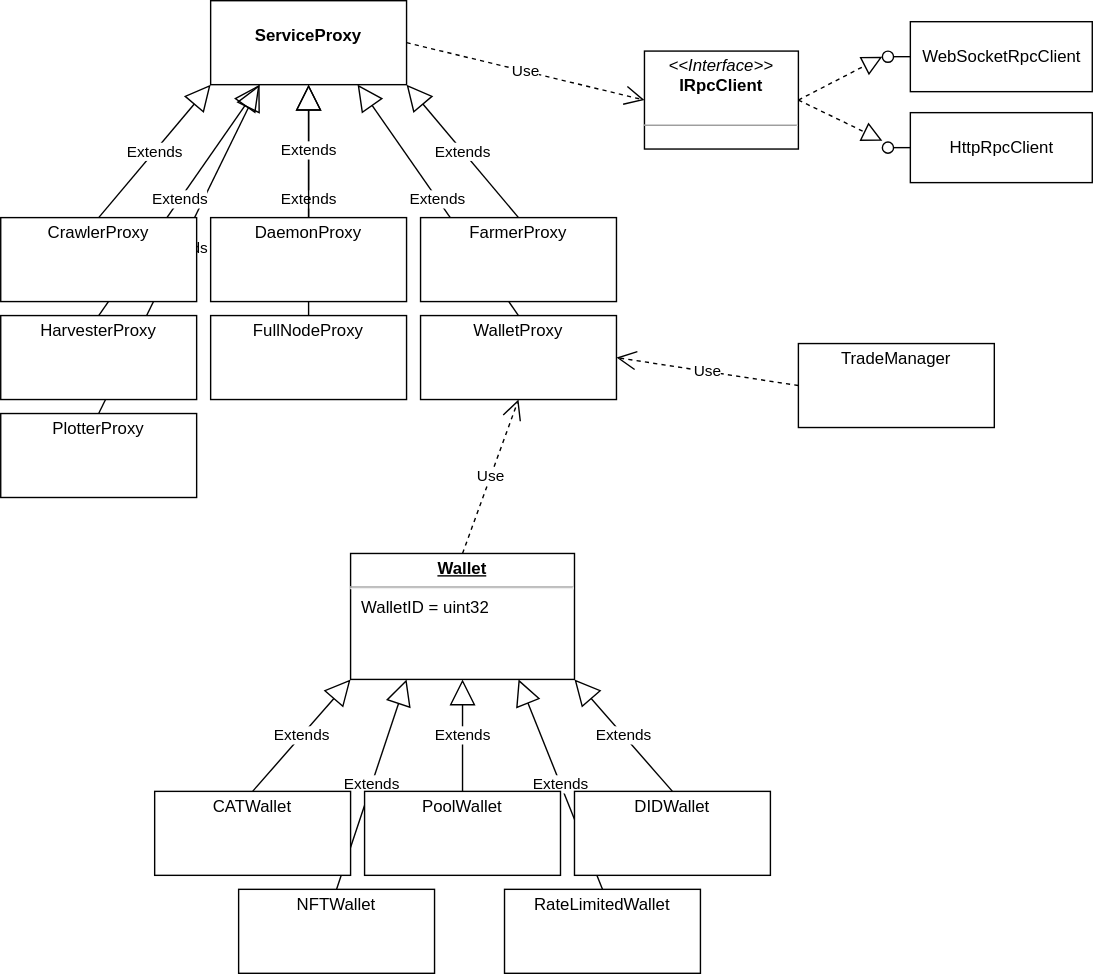
The draw.io diagram src/docfx/images/uml.svg in dkackman/chia-dotnet, before a commit. Source tidied: cells renumbered, new cells last; positions are measured from the earlier drawing's top-left corner, leaving out a move shared by most shapes.
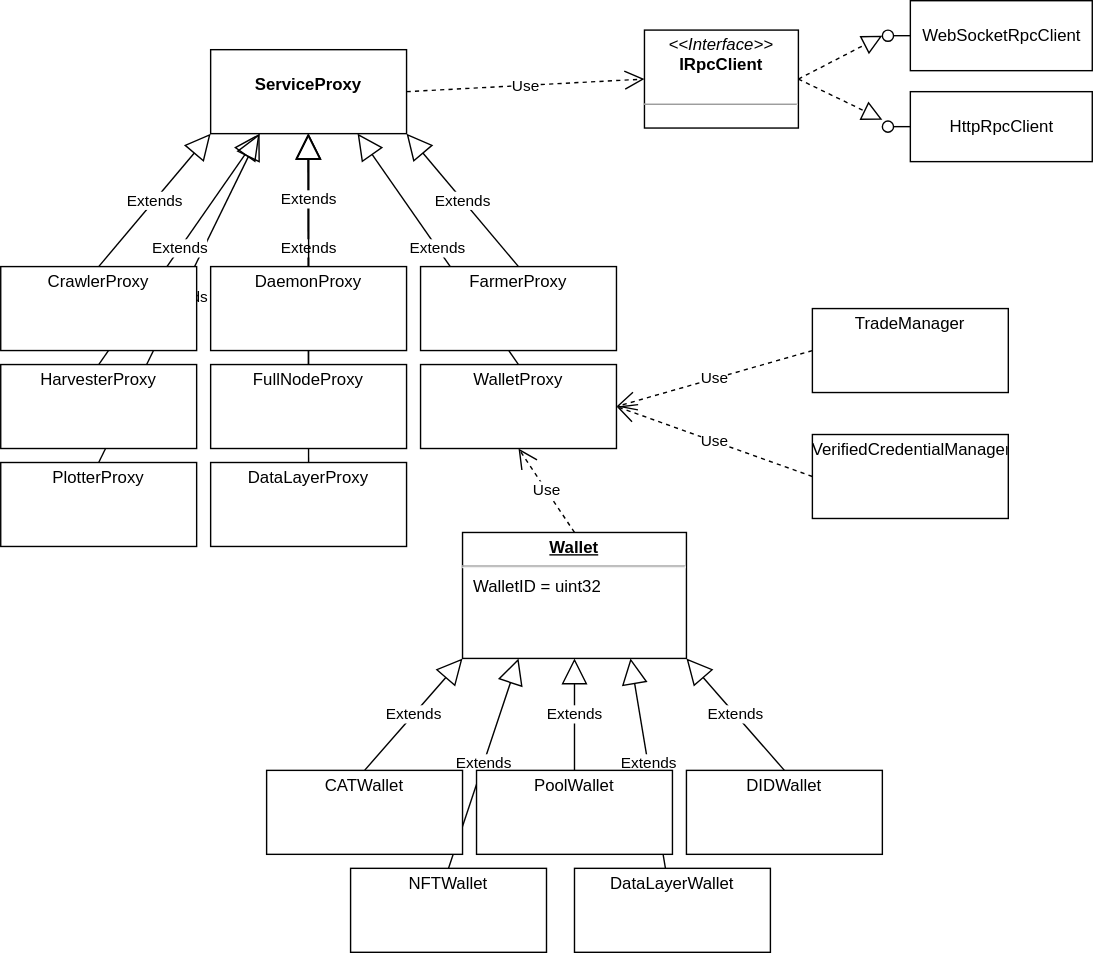
Above is the later version.

Commit message:
update uml diagram

What changed in the source:
```diff
@@ -2,9 +2,14 @@
   <root>
     <mxCell id="0" />
     <mxCell id="1" parent="0" />
-    <mxCell id="2" value="Extends" style="endArrow=block;endSize=16;endFill=0;html=1;exitX=0.5;exitY=0;exitDx=0;exitDy=0;entryX=0.75;entryY=1;entryDx=0;entryDy=0;" parent="1" edge="1" source="39" target="30">
-      <mxGeometry relative="1" as="geometry" />
-    </mxCell>
+    <mxCell id="41" value="Extends" style="endArrow=block;endSize=16;endFill=0;html=1;entryX=0.75;entryY=1;entryDx=0;entryDy=0;" parent="1" edge="1" source="44" target="30">
+      <mxGeometry relative="1" as="geometry" />
+    </mxCell>
+    <mxCell id="42" value="Extends" style="endArrow=block;endSize=16;endFill=0;html=1;exitX=0.5;exitY=0;exitDx=0;exitDy=0;entryX=0.5;entryY=1;entryDx=0;entryDy=0;" parent="1" edge="1" source="43">
+      <mxGeometry relative="1" as="geometry">
+        <mxPoint x="219.5" y="60" as="targetPoint" />
+      </mxGeometry>
+    </mxCell>
     <mxCell id="3" value="Extends" style="endArrow=block;endSize=16;endFill=0;html=1;exitX=0.5;exitY=0;exitDx=0;exitDy=0;entryX=0.25;entryY=1;entryDx=0;entryDy=0;" parent="1" edge="1" source="40" target="30">
       <mxGeometry relative="1" as="geometry" />
     </mxCell>
@@ -24,38 +29,38 @@
       <mxGeometry x="150" width="140" height="60" as="geometry" />
     </mxCell>
     <mxCell id="9" value="&lt;p style=&quot;margin: 0px ; margin-top: 4px ; text-align: center&quot;&gt;&lt;i&gt;&amp;lt;&amp;lt;Interface&amp;gt;&amp;gt;&lt;/i&gt;&lt;br&gt;&lt;b&gt;IRpcClient&lt;/b&gt;&lt;/p&gt;&lt;br&gt;&lt;hr size=&quot;1&quot;&gt;&lt;p style=&quot;margin: 0px ; margin-left: 4px&quot;&gt;&lt;br&gt;&lt;/p&gt;" style="verticalAlign=top;align=left;overflow=fill;fontSize=12;fontFamily=Helvetica;html=1;" parent="1" vertex="1">
-      <mxGeometry x="460" y="36" width="110" height="70" as="geometry" />
+      <mxGeometry x="460" y="-14" width="110" height="70" as="geometry" />
     </mxCell>
     <mxCell id="10" value="Use" style="endArrow=open;endSize=12;dashed=1;html=1;entryX=0;entryY=0.5;entryDx=0;entryDy=0;exitX=1;exitY=0.5;exitDx=0;exitDy=0;" parent="1" edge="1" source="8" target="9">
       <mxGeometry relative="1" as="geometry" />
     </mxCell>
     <mxCell id="11" style="endArrow=block;dashed=1;endFill=0;endSize=12;html=1;exitX=1;exitY=0.5;exitDx=0;exitDy=0;entryX=0;entryY=0.5;entryDx=0;entryDy=0;" parent="1" edge="1" source="9">
       <mxGeometry relative="1" as="geometry">
-        <mxPoint x="630" y="40" as="targetPoint" />
+        <mxPoint x="630" y="-10" as="targetPoint" />
       </mxGeometry>
     </mxCell>
     <mxCell id="12" style="endArrow=block;dashed=1;endFill=0;endSize=12;html=1;exitX=1;exitY=0.5;exitDx=0;exitDy=0;" parent="1" edge="1" source="9">
       <mxGeometry relative="1" as="geometry">
-        <mxPoint x="630" y="100" as="targetPoint" />
+        <mxPoint x="630" y="50" as="targetPoint" />
       </mxGeometry>
     </mxCell>
     <mxCell id="13" value="WebSocketRpcClient" style="html=1;rounded=0;" parent="1" vertex="1">
-      <mxGeometry x="650" y="15" width="130" height="50" as="geometry" />
+      <mxGeometry x="650" y="-35" width="130" height="50" as="geometry" />
     </mxCell>
     <mxCell id="14" style="endArrow=none;html=1;rounded=0;align=center;verticalAlign=top;endFill=0;labelBackgroundColor=none;endSize=2;" parent="1" edge="1" source="13" target="15">
       <mxGeometry relative="1" as="geometry" />
     </mxCell>
     <mxCell id="15" style="ellipse;html=1;fontSize=11;align=center;fillColor=none;points=[];verticalAlign=bottom;labelPosition=center;verticalLabelPosition=top;flipH=1;" parent="1" vertex="1">
-      <mxGeometry x="630" y="36" width="8" height="8" as="geometry" />
+      <mxGeometry x="630" y="-14" width="8" height="8" as="geometry" />
     </mxCell>
     <mxCell id="16" value="HttpRpcClient" style="html=1;rounded=0;" parent="1" vertex="1">
-      <mxGeometry x="650" y="80" width="130" height="50" as="geometry" />
+      <mxGeometry x="650" y="30" width="130" height="50" as="geometry" />
     </mxCell>
     <mxCell id="17" style="endArrow=none;html=1;rounded=0;align=center;verticalAlign=top;endFill=0;labelBackgroundColor=none;endSize=2;" parent="1" edge="1" source="16" target="18">
       <mxGeometry relative="1" as="geometry" />
     </mxCell>
     <mxCell id="18" style="ellipse;html=1;fontSize=11;align=center;fillColor=none;points=[];verticalAlign=bottom;labelPosition=center;verticalLabelPosition=top;flipH=1;" parent="1" vertex="1">
-      <mxGeometry x="630" y="101" width="8" height="8" as="geometry" />
+      <mxGeometry x="630" y="51" width="8" height="8" as="geometry" />
     </mxCell>
     <mxCell id="19" value="&lt;p style=&quot;margin: 0px ; margin-top: 4px ; text-align: center&quot;&gt;CrawlerProxy&lt;/p&gt;" style="verticalAlign=top;align=left;overflow=fill;fontSize=12;fontFamily=Helvetica;html=1;" parent="1" vertex="1">
       <mxGeometry y="155" width="140" height="60" as="geometry" />
@@ -85,22 +90,22 @@
       <mxGeometry relative="1" as="geometry" />
     </mxCell>
     <mxCell id="28" value="&lt;p style=&quot;margin: 0px ; margin-top: 4px ; text-align: center&quot;&gt;TradeManager&lt;/p&gt;" style="verticalAlign=top;align=left;overflow=fill;fontSize=12;fontFamily=Helvetica;html=1;" parent="1" vertex="1">
-      <mxGeometry x="570" y="245" width="140" height="60" as="geometry" />
+      <mxGeometry x="580" y="185" width="140" height="60" as="geometry" />
     </mxCell>
     <mxCell id="29" value="Use" style="endArrow=open;endSize=12;dashed=1;html=1;entryX=1;entryY=0.5;entryDx=0;entryDy=0;exitX=0;exitY=0.5;exitDx=0;exitDy=0;" parent="1" edge="1" source="28" target="25">
       <mxGeometry relative="1" as="geometry" />
     </mxCell>
     <mxCell id="30" value="&lt;p style=&quot;margin: 0px ; margin-top: 4px ; text-align: center ; text-decoration: underline&quot;&gt;&lt;b&gt;Wallet&lt;/b&gt;&lt;/p&gt;&lt;hr&gt;&lt;p style=&quot;margin: 0px ; margin-left: 8px&quot;&gt;WalletID = uint32&lt;br&gt;&lt;/p&gt;" style="verticalAlign=top;align=left;overflow=fill;fontSize=12;fontFamily=Helvetica;html=1;" parent="1" vertex="1">
-      <mxGeometry x="250" y="395" width="160" height="90" as="geometry" />
+      <mxGeometry x="330" y="345" width="160" height="90" as="geometry" />
     </mxCell>
     <mxCell id="31" value="&lt;p style=&quot;margin: 0px ; margin-top: 4px ; text-align: center&quot;&gt;CATWallet&lt;/p&gt;" style="verticalAlign=top;align=left;overflow=fill;fontSize=12;fontFamily=Helvetica;html=1;" parent="1" vertex="1">
-      <mxGeometry x="110" y="565" width="140" height="60" as="geometry" />
+      <mxGeometry x="190" y="515" width="140" height="60" as="geometry" />
     </mxCell>
     <mxCell id="32" value="Extends" style="endArrow=block;endSize=16;endFill=0;html=1;exitX=0.5;exitY=0;exitDx=0;exitDy=0;entryX=0;entryY=1;entryDx=0;entryDy=0;" parent="1" edge="1" source="31" target="30">
       <mxGeometry relative="1" as="geometry" />
     </mxCell>
     <mxCell id="33" value="&lt;p style=&quot;margin: 0px ; margin-top: 4px ; text-align: center&quot;&gt;PoolWallet&lt;/p&gt;" style="verticalAlign=top;align=left;overflow=fill;fontSize=12;fontFamily=Helvetica;html=1;" parent="1" vertex="1">
-      <mxGeometry x="260" y="565" width="140" height="60" as="geometry" />
+      <mxGeometry x="340" y="515" width="140" height="60" as="geometry" />
     </mxCell>
     <mxCell id="34" value="Use" style="endArrow=open;endSize=12;dashed=1;html=1;entryX=0.5;entryY=1;entryDx=0;entryDy=0;exitX=0.5;exitY=0;exitDx=0;exitDy=0;" parent="1" edge="1" source="30" target="25">
       <mxGeometry relative="1" as="geometry" />
@@ -109,7 +114,7 @@
       <mxGeometry relative="1" as="geometry" />
     </mxCell>
     <mxCell id="36" value="&lt;p style=&quot;margin: 0px ; margin-top: 4px ; text-align: center&quot;&gt;DIDWallet&lt;/p&gt;" style="verticalAlign=top;align=left;overflow=fill;fontSize=12;fontFamily=Helvetica;html=1;" parent="1" vertex="1">
-      <mxGeometry x="410" y="565" width="140" height="60" as="geometry" />
+      <mxGeometry x="490" y="515" width="140" height="60" as="geometry" />
     </mxCell>
     <mxCell id="37" value="Extends" style="endArrow=block;endSize=16;endFill=0;html=1;exitX=0.5;exitY=0;exitDx=0;exitDy=0;entryX=1;entryY=1;entryDx=0;entryDy=0;" parent="1" edge="1" source="36" target="30">
       <mxGeometry relative="1" as="geometry" />
@@ -117,11 +122,22 @@
     <mxCell id="38" value="&lt;p style=&quot;margin: 0px ; margin-top: 4px ; text-align: center&quot;&gt;PlotterProxy&lt;/p&gt;" style="verticalAlign=top;align=left;overflow=fill;fontSize=12;fontFamily=Helvetica;html=1;" parent="1" vertex="1">
       <mxGeometry y="295" width="140" height="60" as="geometry" />
     </mxCell>
-    <mxCell id="39" value="&lt;p style=&quot;margin: 0px ; margin-top: 4px ; text-align: center&quot;&gt;RateLimitedWallet&lt;/p&gt;" style="verticalAlign=top;align=left;overflow=fill;fontSize=12;fontFamily=Helvetica;html=1;" parent="1" vertex="1">
-      <mxGeometry x="360" y="635" width="140" height="60" as="geometry" />
-    </mxCell>
     <mxCell id="40" value="&lt;p style=&quot;margin: 0px ; margin-top: 4px ; text-align: center&quot;&gt;NFTWallet&lt;/p&gt;" style="verticalAlign=top;align=left;overflow=fill;fontSize=12;fontFamily=Helvetica;html=1;" parent="1" vertex="1">
-      <mxGeometry x="170" y="635" width="140" height="60" as="geometry" />
+      <mxGeometry x="250" y="585" width="140" height="60" as="geometry" />
     </mxCell>
+    <mxCell id="43" value="&lt;p style=&quot;margin: 0px ; margin-top: 4px ; text-align: center&quot;&gt;DataLayerProxy&lt;/p&gt;" style="verticalAlign=top;align=left;overflow=fill;fontSize=12;fontFamily=Helvetica;html=1;" parent="1" vertex="1">
+      <mxGeometry x="150" y="295" width="140" height="60" as="geometry" />
+    </mxCell>
+    <mxCell id="44" value="&lt;p style=&quot;margin: 0px ; margin-top: 4px ; text-align: center&quot;&gt;DataLayerWallet&lt;/p&gt;" style="verticalAlign=top;align=left;overflow=fill;fontSize=12;fontFamily=Helvetica;html=1;" parent="1" vertex="1">
+      <mxGeometry x="410" y="585" width="140" height="60" as="geometry" />
+    </mxCell>
+    <mxCell id="45" value="&lt;p style=&quot;margin: 0px ; margin-top: 4px ; text-align: center&quot;&gt;VerifiedCredentialManager&lt;/p&gt;" style="verticalAlign=top;align=left;overflow=fill;fontSize=12;fontFamily=Helvetica;html=1;" parent="1" vertex="1">
+      <mxGeometry x="580" y="275" width="140" height="60" as="geometry" />
+    </mxCell>
+    <mxCell id="46" value="Use" style="endArrow=open;endSize=12;dashed=1;html=1;exitX=0;exitY=0.5;exitDx=0;exitDy=0;" parent="1" edge="1" source="45">
+      <mxGeometry relative="1" as="geometry">
+        <mxPoint x="440" y="255" as="targetPoint" />
+      </mxGeometry>
+    </mxCell>
   </root>
 </mxGraphModel>
```
